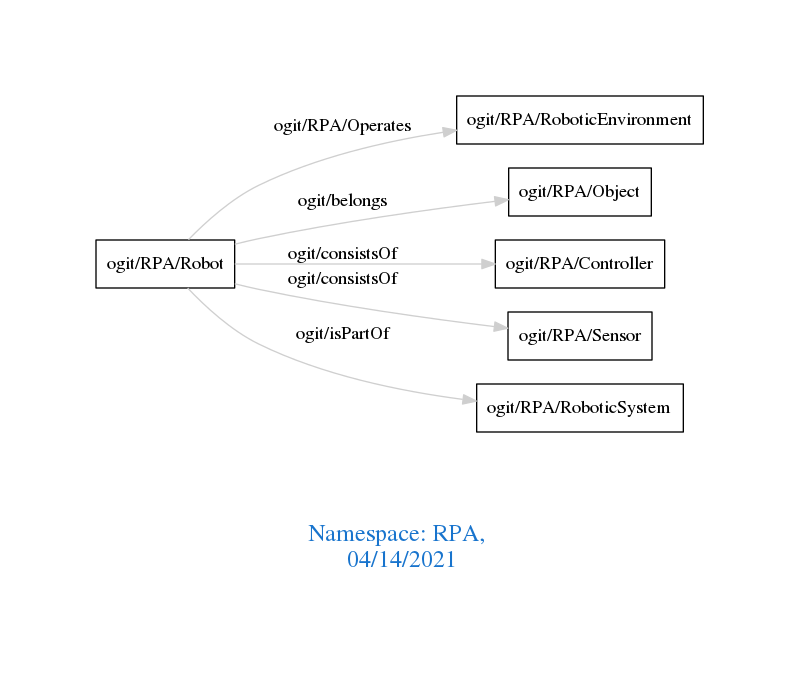
Earlier version of the Graphviz export downloads/RPA.png (arago/OGIT). Its source is kept beside it as downloads/RPA.dot.
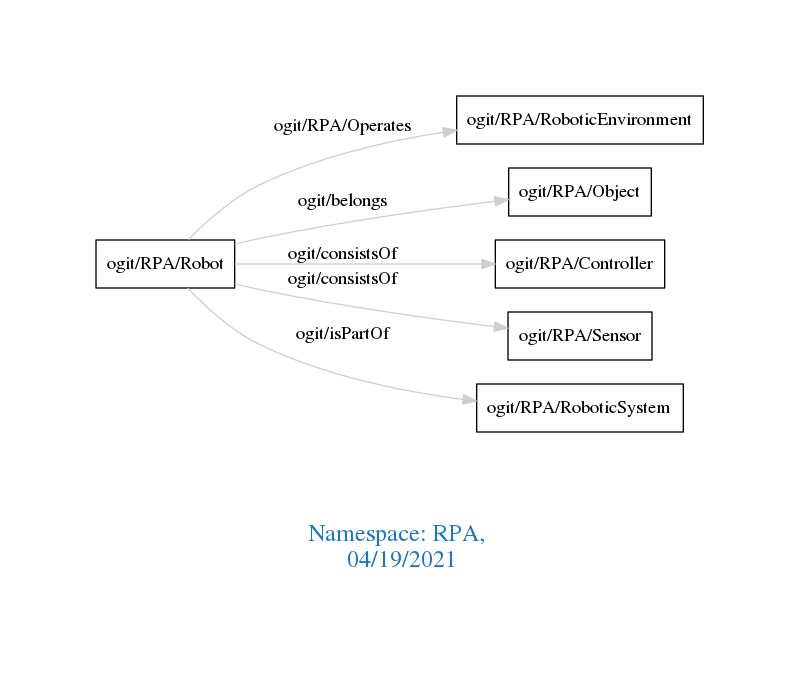
Above is the later version.

Change to the diagram source:
```diff
@@ -1,7 +1,7 @@
 digraph OGIT_ontology {
  graph [ rankdir= LR,pad=1
 fontsize = 18,
-fontcolor= dodgerblue3,label = "\n\n\nNamespace: RPA, \n 04/14/2021"];
+fontcolor= dodgerblue3,label = "\n\n\nNamespace: RPA, \n 04/19/2021"];
 node[shape=polygon];
 edge [  color="gray81"];
 
```
